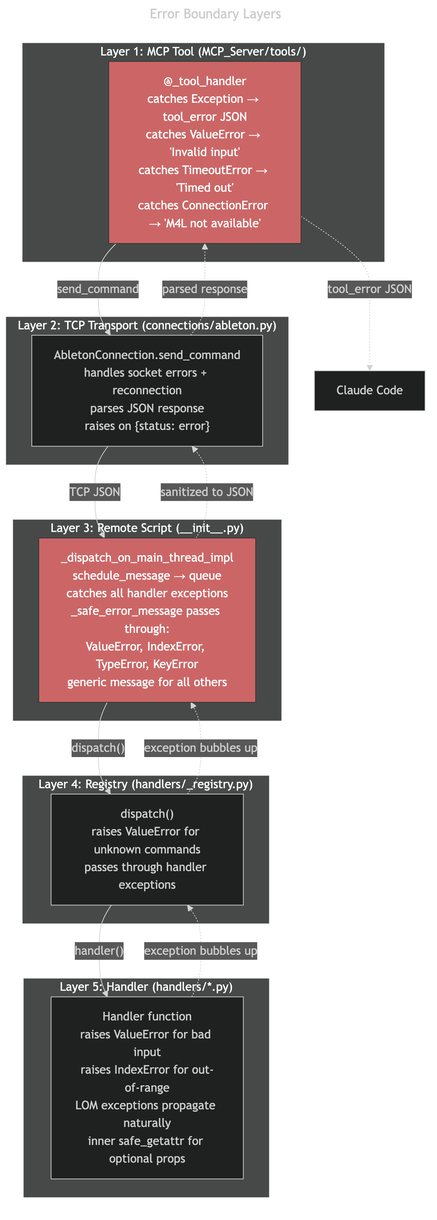
Above: diagrams/6-error-boundary-layers.png in dcetlin/AbletonBridge (Mermaid), before the change. Its source is kept beside it as diagrams/6-error-boundary-layers.mmd.
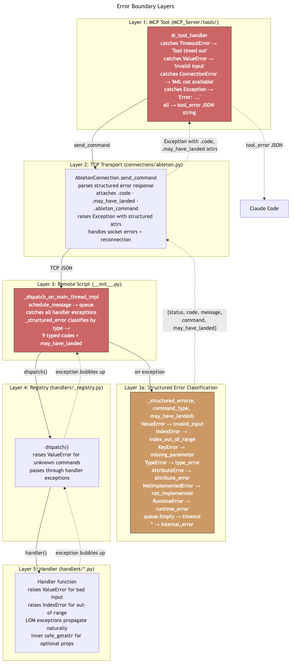
After the commit.

What changed in the source:
```diff
@@ -3,15 +3,19 @@
 ---
 flowchart TD
     subgraph "Layer 1: MCP Tool (MCP_Server/tools/)"
-        L1["@_tool_handler<br/>catches Exception → tool_error JSON<br/>catches ValueError → 'Invalid input'<br/>catches TimeoutError → 'Timed out'<br/>catches ConnectionError → 'M4L not available'"]
+        L1["@_tool_handler<br/>catches TimeoutError → 'Tool timed out'<br/>catches ValueError → 'Invalid input'<br/>catches ConnectionError → 'M4L not available'<br/>catches Exception → 'Error: ...'<br/>all → tool_error JSON string"]
     end
 
     subgraph "Layer 2: TCP Transport (connections/ableton.py)"
-        L2["AbletonConnection.send_command<br/>handles socket errors + reconnection<br/>parses JSON response<br/>raises on {status: error}"]
+        L2["AbletonConnection.send_command<br/>parses structured error response<br/>attaches .code · .may_have_landed · .ableton_command<br/>raises Exception with structured attrs<br/>handles socket errors + reconnection"]
     end
 
     subgraph "Layer 3: Remote Script (__init__.py)"
-        L3["_dispatch_on_main_thread_impl<br/>schedule_message → queue<br/>catches all handler exceptions<br/>_safe_error_message passes through:<br/>ValueError, IndexError, TypeError, KeyError<br/>generic message for all others"]
+        L3["_dispatch_on_main_thread_impl<br/>schedule_message → queue<br/>catches all handler exceptions<br/>_structured_error classifies by type →<br/>9 typed codes + may_have_landed"]
+    end
+
+    subgraph "Layer 3a: Structured Error Classification"
+        L3A["_structured_error(e, command_type, may_have_landed)<br/>ValueError → invalid_input<br/>IndexError → index_out_of_range<br/>KeyError → missing_parameter<br/>TypeError → type_error<br/>AttributeError → attribute_error<br/>NotImplementedError → not_implemented<br/>RuntimeError → runtime_error<br/>queue.Empty → timeout<br/>* → internal_error"]
     end
 
     subgraph "Layer 4: Registry (handlers/_registry.py)"
@@ -25,13 +29,15 @@
     L1 -->|"send_command"| L2
     L2 -->|"TCP JSON"| L3
     L3 -->|"dispatch()"| L4
+    L3 -->|"on exception"| L3A
     L4 -->|"handler()"| L5
 
     L5 -.->|"exception bubbles up"| L4
     L4 -.->|"exception bubbles up"| L3
-    L3 -.->|"sanitized to JSON"| L2
-    L2 -.->|"parsed response"| L1
+    L3A -.->|"{status, code, message,<br/>command, may_have_landed}"| L2
+    L2 -.->|"Exception with .code,<br/>.may_have_landed attrs"| L1
     L1 -.->|"tool_error JSON"| CC["Claude Code"]
 
     style L1 fill:#c66,stroke:#333,color:#fff
     style L3 fill:#c66,stroke:#333,color:#fff
+    style L3A fill:#c96,stroke:#333,color:#fff
```
